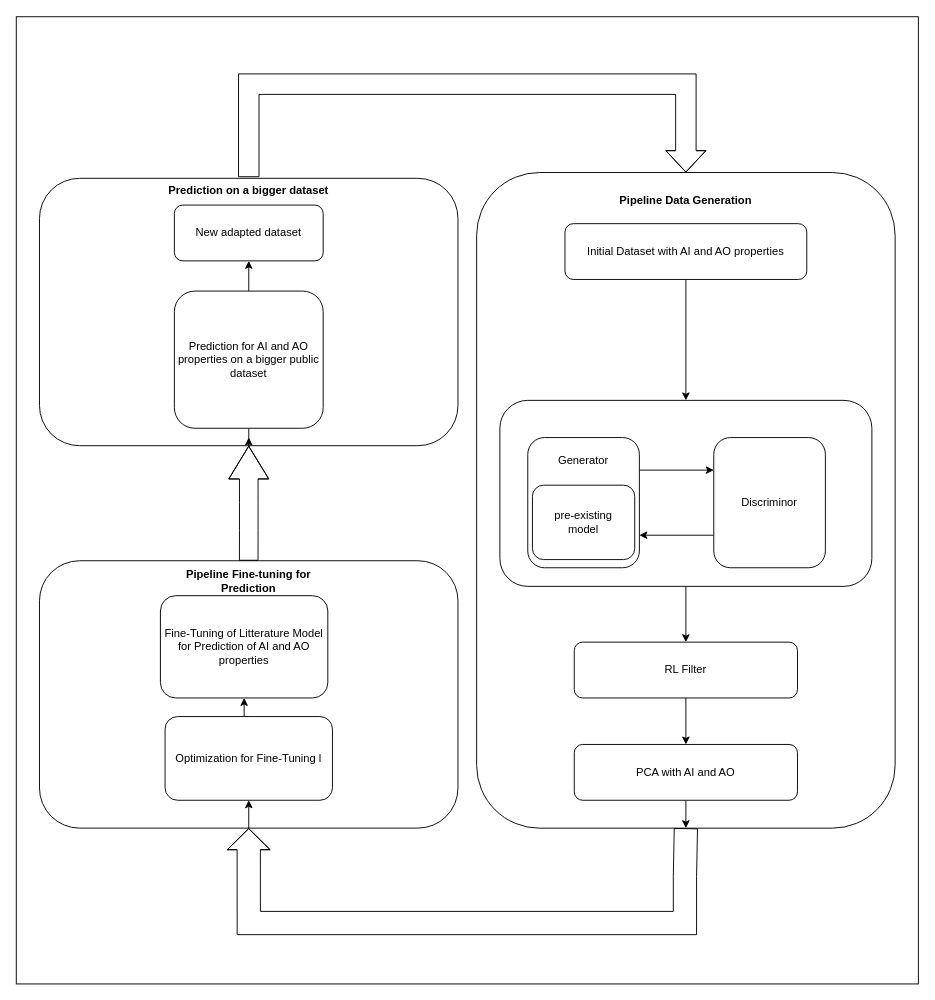
Above: Images/Combined ML Techniques.drawio in qvelard/BiomolGeneration (draw.io), before the change. Source tidied: cells renumbered, new cells numbered last; positions are measured from the earlier drawing's top-left corner, leaving out a move shared by most shapes. Both pictures are drawn from the tidied source at 93%, with x=0, y=0 at pixel (16, 17).
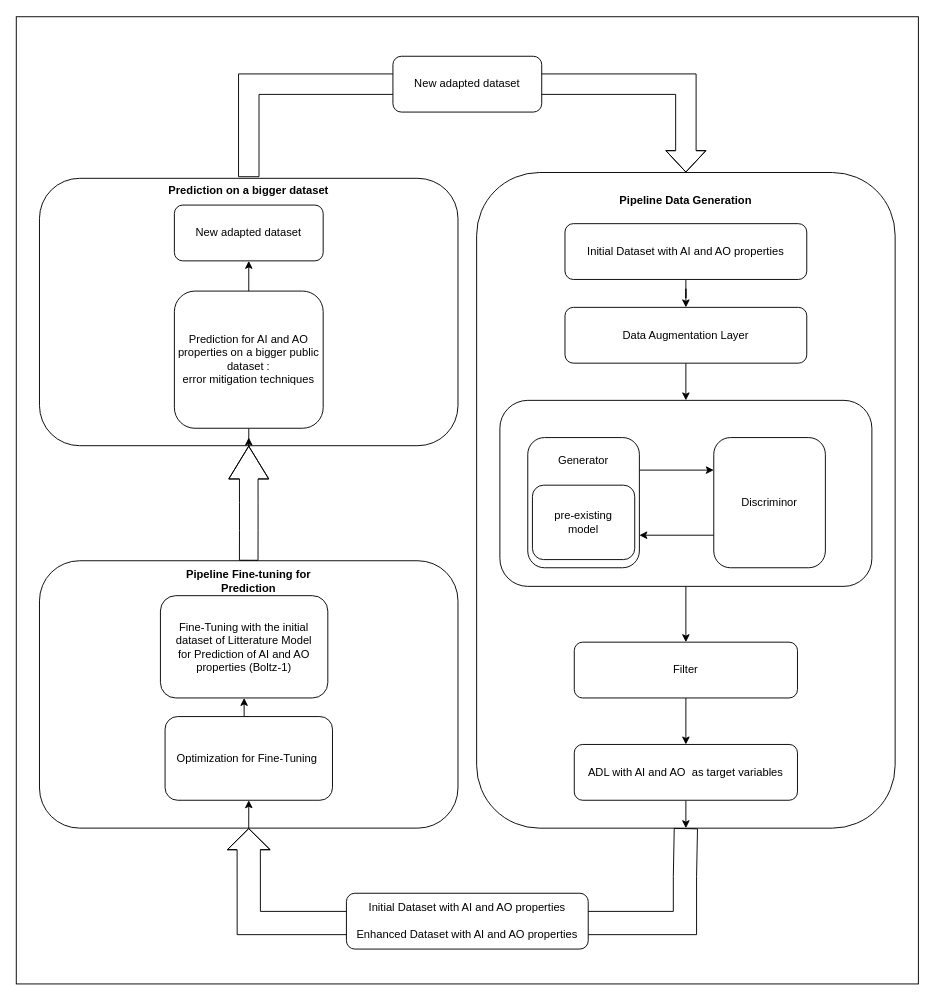
Above is the later version.

The change refers to these unchanged cells:
```xml
<mxCell id="5" value="Initial Dataset with AI and AO properties" style="rounded=1;whiteSpace=wrap;html=1;" parent="1" vertex="1">
  <mxGeometry x="590" y="222" width="260" height="60" as="geometry" />
</mxCell>
<mxCell id="7" style="rounded=1;whiteSpace=wrap;html=1;" parent="1" vertex="1">
  <mxGeometry x="520" y="412" width="400" height="200" as="geometry" />
</mxCell>
```

Change to the diagram source:
```diff
@@
-    <mxCell id="4" style="edgeStyle=orthogonalEdgeStyle;rounded=0;jettySize=auto;html=1;exitX=0.5;exitY=1;exitDx=0;exitDy=0;entryX=0.5;entryY=0;entryDx=0;entryDy=0;" parent="1" edge="1" source="5" target="7">
-      <mxGeometry relative="1" as="geometry" />
-    </mxCell>
+    <mxCell id="35" style="edgeStyle=orthogonalEdgeStyle;rounded=0;jettySize=auto;html=1;exitX=0.5;exitY=1;exitDx=0;exitDy=0;" parent="1" edge="1" source="5" target="37">
+      <mxGeometry relative="1" as="geometry" />
+    </mxCell>
@@
-    <mxCell id="12" value="PCA with AI and AO" style="rounded=1;whiteSpace=wrap;html=1;" parent="1" vertex="1">
+    <mxCell id="12" value="ADL with AI and AO&amp;nbsp; as target variables" style="rounded=1;whiteSpace=wrap;html=1;" parent="1" vertex="1">
       <mxGeometry x="600" y="782" width="240" height="60" as="geometry" />
     </mxCell>
@@
-    <mxCell id="19" value="RL Filter" style="rounded=1;whiteSpace=wrap;html=1;" parent="1" vertex="1">
+    <mxCell id="19" value="Filter" style="rounded=1;whiteSpace=wrap;html=1;" parent="1" vertex="1">
       <mxGeometry x="600" y="672" width="240" height="60" as="geometry" />
     </mxCell>
@@
-    <mxCell id="21" value="Optimization for Fine-Tuning l" style="rounded=1;whiteSpace=wrap;html=1;" parent="1" vertex="1">
+    <mxCell id="21" value="Optimization for Fine-Tuning&amp;nbsp;" style="rounded=1;whiteSpace=wrap;html=1;" parent="1" vertex="1">
       <mxGeometry x="160" y="752" width="180" height="90" as="geometry" />
     </mxCell>
@@
-    <mxCell id="23" value="Fine-Tuning of Litterature Model&lt;div class=&quot;custom-cursor-default-hover&quot;&gt;for Prediction of AI and AO properties&lt;/div&gt;" style="rounded=1;whiteSpace=wrap;html=1;" parent="1" vertex="1">
+    <mxCell id="23" value="Fine-Tuning with the initial dataset of Litterature Model&lt;div class=&quot;custom-cursor-default-hover&quot;&gt;for Prediction of AI and AO properties (Boltz-1)&lt;/div&gt;" style="rounded=1;whiteSpace=wrap;html=1;" parent="1" vertex="1">
       <mxGeometry x="155" y="622" width="180" height="110" as="geometry" />
     </mxCell>
@@
-    <mxCell id="29" value="Prediction for AI and AO properties on a bigger public dataset" style="rounded=1;whiteSpace=wrap;html=1;" parent="1" vertex="1">
+    <mxCell id="29" value="Prediction for AI and AO properties on a bigger public dataset :&lt;div&gt;error mitigation techniques&lt;/div&gt;" style="rounded=1;whiteSpace=wrap;html=1;" parent="1" vertex="1">
       <mxGeometry x="170" y="294.5" width="160" height="147.5" as="geometry" />
     </mxCell>
@@
+    <mxCell id="36" style="edgeStyle=orthogonalEdgeStyle;rounded=0;jettySize=auto;html=1;exitX=0.5;exitY=1;exitDx=0;exitDy=0;" parent="1" edge="1" source="37" target="7">
+      <mxGeometry relative="1" as="geometry" />
+    </mxCell>
+    <mxCell id="37" value="Data Augmentation Layer" style="rounded=1;whiteSpace=wrap;html=1;" parent="1" vertex="1">
+      <mxGeometry x="590" y="312" width="260" height="60" as="geometry" />
+    </mxCell>
+    <mxCell id="38" value="New adapted dataset" style="rounded=1;whiteSpace=wrap;html=1;" parent="1" vertex="1">
+      <mxGeometry x="405" y="42" width="160" height="60" as="geometry" />
+    </mxCell>
+    <mxCell id="39" value="Initial Dataset with AI and AO properties&lt;div&gt;&lt;br&gt;&lt;/div&gt;&lt;div&gt;Enhanced Dataset with AI and AO properties&lt;/div&gt;" style="rounded=1;whiteSpace=wrap;html=1;" parent="1" vertex="1">
+      <mxGeometry x="355" y="942" width="260" height="60" as="geometry" />
+    </mxCell>
```
